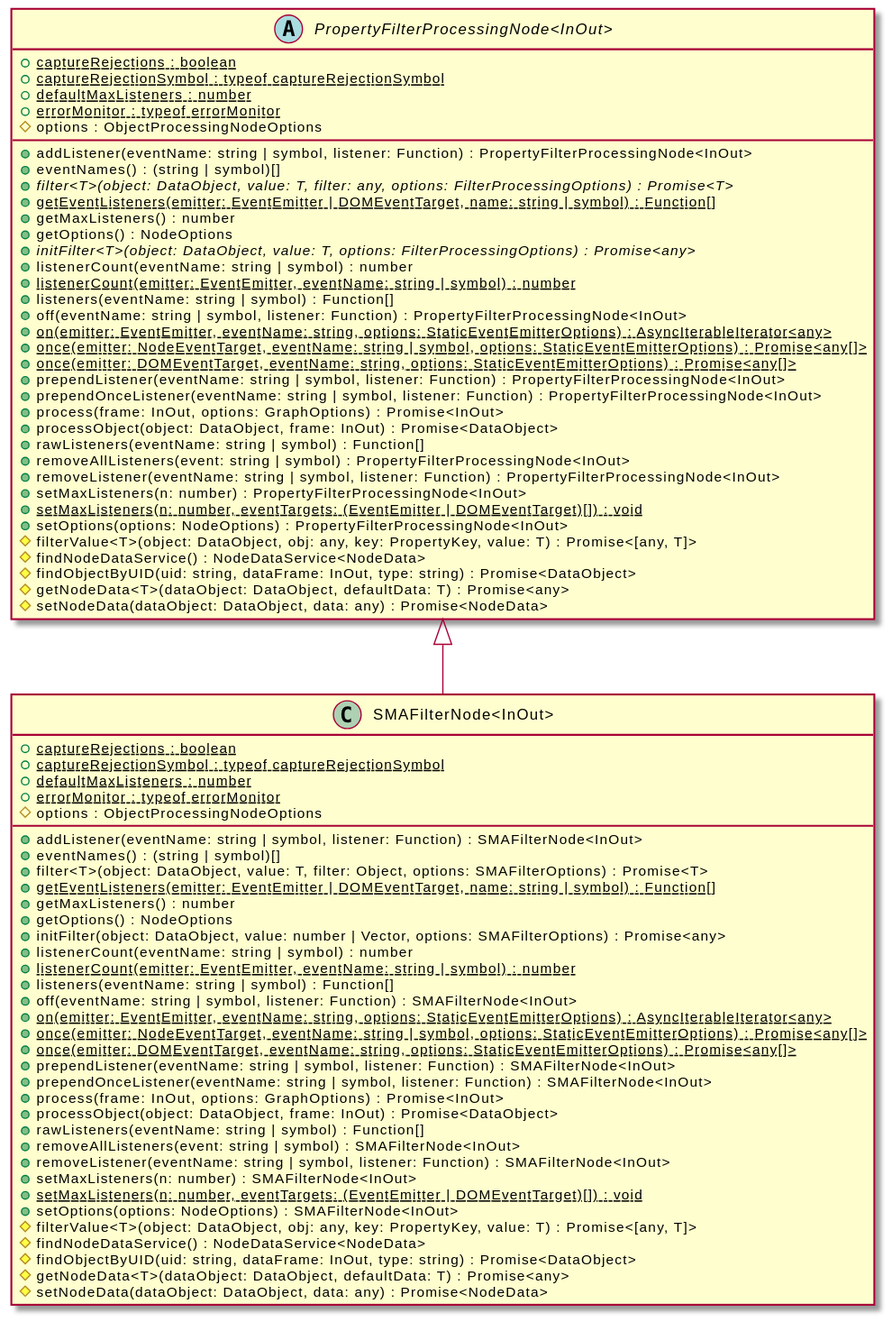
Before: assets/SMAFilterNode-umlClassDiagram-14048.svg, a diagram exported from PlantUML (OpenHPS/openhps-core). Source of this version:
```plantuml
@startuml
skinparam BackgroundColor transparent
hide empty methods
hide empty fields
class "SMAFilterNode<InOut>" {
    {static} +captureRejections : boolean
    {static} +captureRejectionSymbol : typeof captureRejectionSymbol
    {static} +defaultMaxListeners : number
    {static} +errorMonitor : typeof errorMonitor
    #options : ObjectProcessingNodeOptions
    +addListener(eventName: string | symbol, listener: Function) : SMAFilterNode<InOut>
    +eventNames() : (string | symbol)[]
    +filter<T>(object: DataObject, value: T, filter: Object, options: SMAFilterOptions) : Promise<T>
    {static} +getEventListeners(emitter: EventEmitter | DOMEventTarget, name: string | symbol) : Function[]
    +getMaxListeners() : number
    +getOptions() : NodeOptions
    +initFilter(object: DataObject, value: number | Vector, options: SMAFilterOptions) : Promise<any>
    +listenerCount(eventName: string | symbol) : number
    {static} +listenerCount(emitter: EventEmitter, eventName: string | symbol) : number
    +listeners(eventName: string | symbol) : Function[]
    +off(eventName: string | symbol, listener: Function) : SMAFilterNode<InOut>
    {static} +on(emitter: EventEmitter, eventName: string, options: StaticEventEmitterOptions) : AsyncIterableIterator<any>
    {static} +once(emitter: NodeEventTarget, eventName: string | symbol, options: StaticEventEmitterOptions) : Promise<any[]>
    {static} +once(emitter: DOMEventTarget, eventName: string, options: StaticEventEmitterOptions) : Promise<any[]>
    +prependListener(eventName: string | symbol, listener: Function) : SMAFilterNode<InOut>
    +prependOnceListener(eventName: string | symbol, listener: Function) : SMAFilterNode<InOut>
    +process(frame: InOut, options: GraphOptions) : Promise<InOut>
    +processObject(object: DataObject, frame: InOut) : Promise<DataObject>
    +rawListeners(eventName: string | symbol) : Function[]
    +removeAllListeners(event: string | symbol) : SMAFilterNode<InOut>
    +removeListener(eventName: string | symbol, listener: Function) : SMAFilterNode<InOut>
    +setMaxListeners(n: number) : SMAFilterNode<InOut>
    {static} +setMaxListeners(n: number, eventTargets: (EventEmitter | DOMEventTarget)[]) : void
    +setOptions(options: NodeOptions) : SMAFilterNode<InOut>
    #filterValue<T>(object: DataObject, obj: any, key: PropertyKey, value: T) : Promise<[any, T]>
    #findNodeDataService() : NodeDataService<NodeData>
    #findObjectByUID(uid: string, dataFrame: InOut, type: string) : Promise<DataObject>
    #getNodeData<T>(dataObject: DataObject, defaultData: T) : Promise<any>
    #setNodeData(dataObject: DataObject, data: any) : Promise<NodeData>
}
abstract class "PropertyFilterProcessingNode<InOut>" {
    {static} +captureRejections : boolean
    {static} +captureRejectionSymbol : typeof captureRejectionSymbol
    {static} +defaultMaxListeners : number
    {static} +errorMonitor : typeof errorMonitor
    #options : ObjectProcessingNodeOptions
    +addListener(eventName: string | symbol, listener: Function) : PropertyFilterProcessingNode<InOut>
    +eventNames() : (string | symbol)[]
    {abstract} +filter<T>(object: DataObject, value: T, filter: any, options: FilterProcessingOptions) : Promise<T>
    {static} +getEventListeners(emitter: EventEmitter | DOMEventTarget, name: string | symbol) : Function[]
    +getMaxListeners() : number
    +getOptions() : NodeOptions
    {abstract} +initFilter<T>(object: DataObject, value: T, options: FilterProcessingOptions) : Promise<any>
    +listenerCount(eventName: string | symbol) : number
    {static} +listenerCount(emitter: EventEmitter, eventName: string | symbol) : number
    +listeners(eventName: string | symbol) : Function[]
    +off(eventName: string | symbol, listener: Function) : PropertyFilterProcessingNode<InOut>
    {static} +on(emitter: EventEmitter, eventName: string, options: StaticEventEmitterOptions) : AsyncIterableIterator<any>
    {static} +once(emitter: NodeEventTarget, eventName: string | symbol, options: StaticEventEmitterOptions) : Promise<any[]>
    {static} +once(emitter: DOMEventTarget, eventName: string, options: StaticEventEmitterOptions) : Promise<any[]>
    +prependListener(eventName: string | symbol, listener: Function) : PropertyFilterProcessingNode<InOut>
    +prependOnceListener(eventName: string | symbol, listener: Function) : PropertyFilterProcessingNode<InOut>
    +process(frame: InOut, options: GraphOptions) : Promise<InOut>
    +processObject(object: DataObject, frame: InOut) : Promise<DataObject>
    +rawListeners(eventName: string | symbol) : Function[]
    +removeAllListeners(event: string | symbol) : PropertyFilterProcessingNode<InOut>
    +removeListener(eventName: string | symbol, listener: Function) : PropertyFilterProcessingNode<InOut>
    +setMaxListeners(n: number) : PropertyFilterProcessingNode<InOut>
    {static} +setMaxListeners(n: number, eventTargets: (EventEmitter | DOMEventTarget)[]) : void
    +setOptions(options: NodeOptions) : PropertyFilterProcessingNode<InOut>
    #filterValue<T>(object: DataObject, obj: any, key: PropertyKey, value: T) : Promise<[any, T]>
    #findNodeDataService() : NodeDataService<NodeData>
    #findObjectByUID(uid: string, dataFrame: InOut, type: string) : Promise<DataObject>
    #getNodeData<T>(dataObject: DataObject, defaultData: T) : Promise<any>
    #setNodeData(dataObject: DataObject, data: any) : Promise<NodeData>
}
"PropertyFilterProcessingNode<InOut>" <|-- "SMAFilterNode<InOut>"
@enduml
```
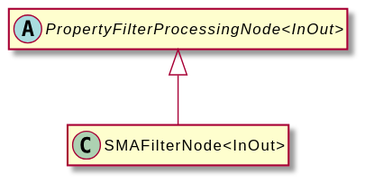
After the commit.

What changed in the source:
```diff
@@ -3,76 +3,8 @@
 hide empty methods
 hide empty fields
 class "SMAFilterNode<InOut>" {
-    {static} +captureRejections : boolean
-    {static} +captureRejectionSymbol : typeof captureRejectionSymbol
-    {static} +defaultMaxListeners : number
-    {static} +errorMonitor : typeof errorMonitor
-    #options : ObjectProcessingNodeOptions
-    +addListener(eventName: string | symbol, listener: Function) : SMAFilterNode<InOut>
-    +eventNames() : (string | symbol)[]
-    +filter<T>(object: DataObject, value: T, filter: Object, options: SMAFilterOptions) : Promise<T>
-    {static} +getEventListeners(emitter: EventEmitter | DOMEventTarget, name: string | symbol) : Function[]
-    +getMaxListeners() : number
-    +getOptions() : NodeOptions
-    +initFilter(object: DataObject, value: number | Vector, options: SMAFilterOptions) : Promise<any>
-    +listenerCount(eventName: string | symbol) : number
-    {static} +listenerCount(emitter: EventEmitter, eventName: string | symbol) : number
-    +listeners(eventName: string | symbol) : Function[]
-    +off(eventName: string | symbol, listener: Function) : SMAFilterNode<InOut>
-    {static} +on(emitter: EventEmitter, eventName: string, options: StaticEventEmitterOptions) : AsyncIterableIterator<any>
-    {static} +once(emitter: NodeEventTarget, eventName: string | symbol, options: StaticEventEmitterOptions) : Promise<any[]>
-    {static} +once(emitter: DOMEventTarget, eventName: string, options: StaticEventEmitterOptions) : Promise<any[]>
-    +prependListener(eventName: string | symbol, listener: Function) : SMAFilterNode<InOut>
-    +prependOnceListener(eventName: string | symbol, listener: Function) : SMAFilterNode<InOut>
-    +process(frame: InOut, options: GraphOptions) : Promise<InOut>
-    +processObject(object: DataObject, frame: InOut) : Promise<DataObject>
-    +rawListeners(eventName: string | symbol) : Function[]
-    +removeAllListeners(event: string | symbol) : SMAFilterNode<InOut>
-    +removeListener(eventName: string | symbol, listener: Function) : SMAFilterNode<InOut>
-    +setMaxListeners(n: number) : SMAFilterNode<InOut>
-    {static} +setMaxListeners(n: number, eventTargets: (EventEmitter | DOMEventTarget)[]) : void
-    +setOptions(options: NodeOptions) : SMAFilterNode<InOut>
-    #filterValue<T>(object: DataObject, obj: any, key: PropertyKey, value: T) : Promise<[any, T]>
-    #findNodeDataService() : NodeDataService<NodeData>
-    #findObjectByUID(uid: string, dataFrame: InOut, type: string) : Promise<DataObject>
-    #getNodeData<T>(dataObject: DataObject, defaultData: T) : Promise<any>
-    #setNodeData(dataObject: DataObject, data: any) : Promise<NodeData>
 }
 abstract class "PropertyFilterProcessingNode<InOut>" {
-    {static} +captureRejections : boolean
-    {static} +captureRejectionSymbol : typeof captureRejectionSymbol
-    {static} +defaultMaxListeners : number
-    {static} +errorMonitor : typeof errorMonitor
-    #options : ObjectProcessingNodeOptions
-    +addListener(eventName: string | symbol, listener: Function) : PropertyFilterProcessingNode<InOut>
-    +eventNames() : (string | symbol)[]
-    {abstract} +filter<T>(object: DataObject, value: T, filter: any, options: FilterProcessingOptions) : Promise<T>
-    {static} +getEventListeners(emitter: EventEmitter | DOMEventTarget, name: string | symbol) : Function[]
-    +getMaxListeners() : number
-    +getOptions() : NodeOptions
-    {abstract} +initFilter<T>(object: DataObject, value: T, options: FilterProcessingOptions) : Promise<any>
-    +listenerCount(eventName: string | symbol) : number
-    {static} +listenerCount(emitter: EventEmitter, eventName: string | symbol) : number
-    +listeners(eventName: string | symbol) : Function[]
-    +off(eventName: string | symbol, listener: Function) : PropertyFilterProcessingNode<InOut>
-    {static} +on(emitter: EventEmitter, eventName: string, options: StaticEventEmitterOptions) : AsyncIterableIterator<any>
-    {static} +once(emitter: NodeEventTarget, eventName: string | symbol, options: StaticEventEmitterOptions) : Promise<any[]>
-    {static} +once(emitter: DOMEventTarget, eventName: string, options: StaticEventEmitterOptions) : Promise<any[]>
-    +prependListener(eventName: string | symbol, listener: Function) : PropertyFilterProcessingNode<InOut>
-    +prependOnceListener(eventName: string | symbol, listener: Function) : PropertyFilterProcessingNode<InOut>
-    +process(frame: InOut, options: GraphOptions) : Promise<InOut>
-    +processObject(object: DataObject, frame: InOut) : Promise<DataObject>
-    +rawListeners(eventName: string | symbol) : Function[]
-    +removeAllListeners(event: string | symbol) : PropertyFilterProcessingNode<InOut>
-    +removeListener(eventName: string | symbol, listener: Function) : PropertyFilterProcessingNode<InOut>
-    +setMaxListeners(n: number) : PropertyFilterProcessingNode<InOut>
-    {static} +setMaxListeners(n: number, eventTargets: (EventEmitter | DOMEventTarget)[]) : void
-    +setOptions(options: NodeOptions) : PropertyFilterProcessingNode<InOut>
-    #filterValue<T>(object: DataObject, obj: any, key: PropertyKey, value: T) : Promise<[any, T]>
-    #findNodeDataService() : NodeDataService<NodeData>
-    #findObjectByUID(uid: string, dataFrame: InOut, type: string) : Promise<DataObject>
-    #getNodeData<T>(dataObject: DataObject, defaultData: T) : Promise<any>
-    #setNodeData(dataObject: DataObject, data: any) : Promise<NodeData>
 }
 "PropertyFilterProcessingNode<InOut>" <|-- "SMAFilterNode<InOut>"
 @enduml
```
